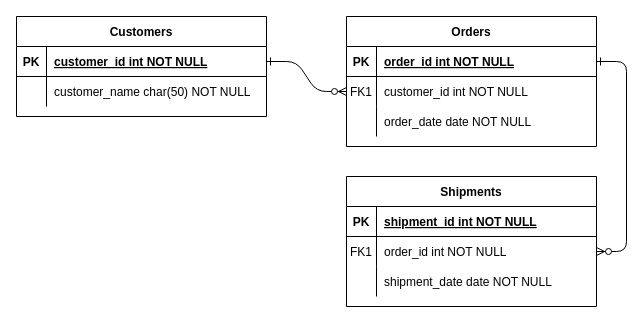
This is Untitled Diagram.drawio from chchun/mypot, a draw.io file, before an edit. Source tidied: cells renumbered, new cells numbered last; positions are measured from the earlier drawing's top-left corner, leaving out a move shared by most shapes. Both pictures are drawn from the tidied source at 100%, with x=0, y=0 at pixel (16, 16).
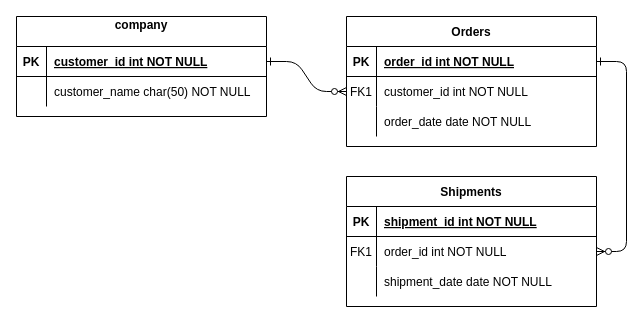
The same diagram, later.

Commit message:
quant_erd

Change to the diagram source:
```diff
@@
-    <mxCell id="24" value="Customers" style="shape=table;startSize=30;childLayout=tableLayout;rowLines=0;fontStyle=1;align=center;" parent="1" vertex="1">
+    <mxCell id="24" value="company&#10;" style="shape=table;startSize=30;childLayout=tableLayout;rowLines=0;fontStyle=1;align=center;" parent="1" vertex="1">
       <mxGeometry width="250" height="100" as="geometry" />
     </mxCell>
```
